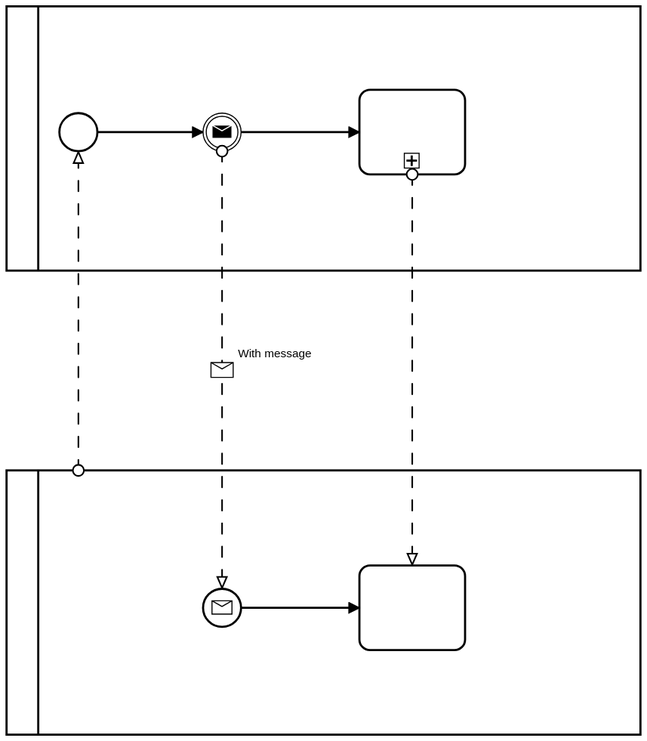
Before: bpmn-files/all_message_flow_types.svg, a diagram exported from BPMN (beidesons/beidesons). Its source is kept beside it as bpmn-files/all_message_flow_types.bpmn. Ids are renumbered. Its diagram source:
```xml
<bpmn:definitions xmlns:xsi="http://www.w3.org/2001/XMLSchema-instance" xmlns:bpmn="http://www.omg.org/spec/BPMN/20100524/MODEL" xmlns:bpmndi="http://www.omg.org/spec/BPMN/20100524/DI" xmlns:dc="http://www.omg.org/spec/DD/20100524/DC" xmlns:di="http://www.omg.org/spec/DD/20100524/DI" id="Definitions_n1" targetNamespace="http://bpmn.io/schema/bpmn" exporter="bpmn-js (https://demo.bpmn.io)" exporterVersion="7.2.0">
  <bpmn:message id="Message_1" />
  <bpmn:collaboration id="Collaboration_n2">
    <bpmn:participant id="Participant_n3" processRef="Process_n4" />
    <bpmn:participant id="Participant_n5" processRef="Process_n6" />
    <bpmn:messageFlow id="Flow_n7" sourceRef="Participant_n5" targetRef="StartEvent_n8" />
    <bpmn:messageFlow id="Flow_n9" sourceRef="Activity_n10" targetRef="Activity_n11" />
    <bpmn:messageFlow id="Flow_n12" name="With message" sourceRef="Event_n13" targetRef="Event_n14" messageRef="Message_1" />
  </bpmn:collaboration>
  <bpmn:process id="Process_n4" isExecutable="false">
    <bpmn:startEvent id="StartEvent_n8">
      <bpmn:outgoing>Flow_n15</bpmn:outgoing>
    </bpmn:startEvent>
    <bpmn:intermediateThrowEvent id="Event_n13">
      <bpmn:incoming>Flow_n15</bpmn:incoming>
      <bpmn:outgoing>Flow_n16</bpmn:outgoing>
      <bpmn:messageEventDefinition id="MessageEventDefinition_n17" />
    </bpmn:intermediateThrowEvent>
    <bpmn:subProcess id="Activity_n10">
      <bpmn:incoming>Flow_n16</bpmn:incoming>
    </bpmn:subProcess>
    <bpmn:sequenceFlow id="Flow_n15" sourceRef="StartEvent_n8" targetRef="Event_n13" />
    <bpmn:sequenceFlow id="Flow_n16" sourceRef="Event_n13" targetRef="Activity_n10" />
  </bpmn:process>
  <bpmn:process id="Process_n6">
    <bpmn:task id="Activity_n11">
      <bpmn:incoming>Flow_n18</bpmn:incoming>
    </bpmn:task>
    <bpmn:startEvent id="Event_n14">
      <bpmn:outgoing>Flow_n18</bpmn:outgoing>
      <bpmn:messageEventDefinition id="MessageEventDefinition_n19" />
    </bpmn:startEvent>
    <bpmn:sequenceFlow id="Flow_n18" sourceRef="Event_n14" targetRef="Activity_n11" />
  </bpmn:process>
  <bpmndi:BPMNDiagram id="BPMNDiagram_1">
    <bpmndi:BPMNPlane id="BPMNPlane_1" bpmnElement="Collaboration_n2">
      <bpmndi:BPMNShape id="Participant_n3_di" bpmnElement="Participant_n3" isHorizontal="true">
        <dc:Bounds x="156" y="61" width="600" height="250" />
      </bpmndi:BPMNShape>
      <bpmndi:BPMNEdge id="Flow_n16_di" bpmnElement="Flow_n16">
        <di:waypoint x="378" y="180" />
        <di:waypoint x="490" y="180" />
      </bpmndi:BPMNEdge>
      <bpmndi:BPMNEdge id="Flow_n15_di" bpmnElement="Flow_n15">
        <di:waypoint x="242" y="180" />
        <di:waypoint x="342" y="180" />
      </bpmndi:BPMNEdge>
      <bpmndi:BPMNShape id="_BPMNShape_StartEvent_2" bpmnElement="StartEvent_n8">
        <dc:Bounds x="206" y="162" width="36" height="36" />
      </bpmndi:BPMNShape>
      <bpmndi:BPMNShape id="Event_0nzdg36_di" bpmnElement="Event_n13">
        <dc:Bounds x="342" y="162" width="36" height="36" />
      </bpmndi:BPMNShape>
      <bpmndi:BPMNShape id="Activity_11zco59_di" bpmnElement="Activity_n10">
        <dc:Bounds x="490" y="140" width="100" height="80" />
      </bpmndi:BPMNShape>
      <bpmndi:BPMNShape id="Participant_n5_di" bpmnElement="Participant_n5" isHorizontal="true">
        <dc:Bounds x="156" y="500" width="600" height="250" />
      </bpmndi:BPMNShape>
      <bpmndi:BPMNEdge id="Flow_n18_di" bpmnElement="Flow_n18">
        <di:waypoint x="378" y="630" />
        <di:waypoint x="490" y="630" />
      </bpmndi:BPMNEdge>
      <bpmndi:BPMNShape id="Activity_n11_di" bpmnElement="Activity_n11">
        <dc:Bounds x="490" y="590" width="100" height="80" />
      </bpmndi:BPMNShape>
      <bpmndi:BPMNShape id="Event_1yp3bjd_di" bpmnElement="Event_n14">
        <dc:Bounds x="342" y="612" width="36" height="36" />
      </bpmndi:BPMNShape>
      <bpmndi:BPMNEdge id="Flow_n7_di" bpmnElement="Flow_n7">
        <di:waypoint x="224" y="500" />
        <di:waypoint x="224" y="198" />
      </bpmndi:BPMNEdge>
      <bpmndi:BPMNEdge id="Flow_n9_di" bpmnElement="Flow_n9">
        <di:waypoint x="540" y="220" />
        <di:waypoint x="540" y="590" />
      </bpmndi:BPMNEdge>
      <bpmndi:BPMNEdge id="Flow_n12_di" bpmnElement="Flow_n12">
        <di:waypoint x="360" y="198" />
        <di:waypoint x="360" y="612" />
        <bpmndi:BPMNLabel>
          <dc:Bounds x="375" y="383" width="70" height="14" />
        </bpmndi:BPMNLabel>
      </bpmndi:BPMNEdge>
    </bpmndi:BPMNPlane>
  </bpmndi:BPMNDiagram>
</bpmn:definitions>
```
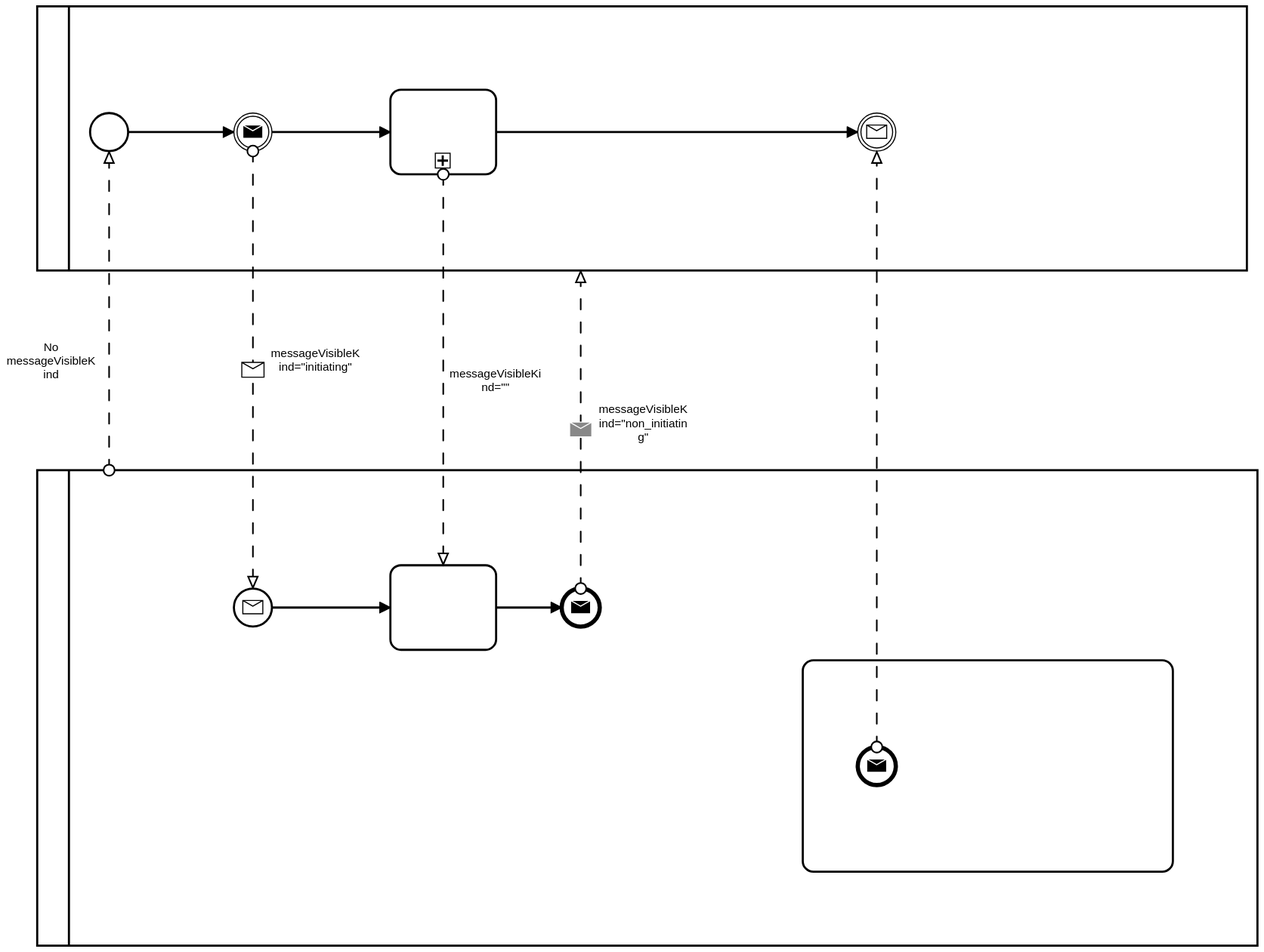
The same file after the commit.

Commit message:
Update diagram for message flows (#8)

The edit, as a diff of the source:
```diff
@@ -3,9 +3,11 @@
   <bpmn:collaboration id="Collaboration_n2">
     <bpmn:participant id="Participant_n3" processRef="Process_n4" />
     <bpmn:participant id="Participant_n5" processRef="Process_n6" />
-    <bpmn:messageFlow id="Flow_n7" sourceRef="Participant_n5" targetRef="StartEvent_n8" />
-    <bpmn:messageFlow id="Flow_n9" sourceRef="Activity_n10" targetRef="Activity_n11" />
-    <bpmn:messageFlow id="Flow_n12" name="With message" sourceRef="Event_n13" targetRef="Event_n14" messageRef="Message_1" />
+    <bpmn:messageFlow id="Flow_no_messageVisibleKind" name="No messageVisibleKind" sourceRef="Participant_n5" targetRef="StartEvent_n8" messageRef="Message_1" />
+    <bpmn:messageFlow id="Flow_empty_messageVisibleKind" name="messageVisibleKind=&#34;&#34;" sourceRef="Activity_n10" targetRef="Activity_n11" messageRef="Message_1" />
+    <bpmn:messageFlow id="Flow_initiating_messageVisibleKind" name="messageVisibleKind=&#34;initiating&#34;" sourceRef="Event_n13" targetRef="Event_n14" messageRef="Message_1" />
+    <bpmn:messageFlow id="Flow_non_initiating_messageVisibleKind" name="messageVisibleKind=&#34;non_initiating&#34;" sourceRef="Event_n20" targetRef="Participant_n3" messageRef="Message_1" />
+    <bpmn:messageFlow id="Flow_n21" sourceRef="Event_n22" targetRef="Event_n23" />
   </bpmn:collaboration>
   <bpmn:process id="Process_n4" isExecutable="false">
     <bpmn:startEvent id="StartEvent_n8">
@@ -18,24 +20,41 @@
     </bpmn:intermediateThrowEvent>
     <bpmn:subProcess id="Activity_n10">
       <bpmn:incoming>Flow_n16</bpmn:incoming>
+      <bpmn:outgoing>Flow_n24</bpmn:outgoing>
     </bpmn:subProcess>
     <bpmn:sequenceFlow id="Flow_n15" sourceRef="StartEvent_n8" targetRef="Event_n13" />
     <bpmn:sequenceFlow id="Flow_n16" sourceRef="Event_n13" targetRef="Activity_n10" />
+    <bpmn:sequenceFlow id="Flow_n24" sourceRef="Activity_n10" targetRef="Event_n23" />
+    <bpmn:intermediateCatchEvent id="Event_n23">
+      <bpmn:incoming>Flow_n24</bpmn:incoming>
+      <bpmn:messageEventDefinition id="MessageEventDefinition_n25" />
+    </bpmn:intermediateCatchEvent>
   </bpmn:process>
   <bpmn:process id="Process_n6">
     <bpmn:task id="Activity_n11">
       <bpmn:incoming>Flow_n18</bpmn:incoming>
+      <bpmn:outgoing>Flow_n26</bpmn:outgoing>
     </bpmn:task>
     <bpmn:startEvent id="Event_n14">
       <bpmn:outgoing>Flow_n18</bpmn:outgoing>
       <bpmn:messageEventDefinition id="MessageEventDefinition_n19" />
     </bpmn:startEvent>
     <bpmn:sequenceFlow id="Flow_n18" sourceRef="Event_n14" targetRef="Activity_n11" />
+    <bpmn:sequenceFlow id="Flow_n26" sourceRef="Activity_n11" targetRef="Event_n20" />
+    <bpmn:endEvent id="Event_n20">
+      <bpmn:incoming>Flow_n26</bpmn:incoming>
+      <bpmn:messageEventDefinition id="MessageEventDefinition_n27" />
+    </bpmn:endEvent>
+    <bpmn:subProcess id="Activity_n28">
+      <bpmn:endEvent id="Event_n22">
+        <bpmn:messageEventDefinition id="MessageEventDefinition_n29" />
+      </bpmn:endEvent>
+    </bpmn:subProcess>
   </bpmn:process>
   <bpmndi:BPMNDiagram id="BPMNDiagram_1">
     <bpmndi:BPMNPlane id="BPMNPlane_1" bpmnElement="Collaboration_n2">
       <bpmndi:BPMNShape id="Participant_n3_di" bpmnElement="Participant_n3" isHorizontal="true">
-        <dc:Bounds x="156" y="61" width="600" height="250" />
+        <dc:Bounds x="156" y="61" width="1144" height="250" />
       </bpmndi:BPMNShape>
       <bpmndi:BPMNEdge id="Flow_n16_di" bpmnElement="Flow_n16">
         <di:waypoint x="378" y="180" />
@@ -45,18 +64,29 @@
         <di:waypoint x="242" y="180" />
         <di:waypoint x="342" y="180" />
       </bpmndi:BPMNEdge>
+      <bpmndi:BPMNEdge id="Flow_n24_di" bpmnElement="Flow_n24">
+        <di:waypoint x="590" y="180" />
+        <di:waypoint x="932" y="180" />
+      </bpmndi:BPMNEdge>
       <bpmndi:BPMNShape id="_BPMNShape_StartEvent_2" bpmnElement="StartEvent_n8">
         <dc:Bounds x="206" y="162" width="36" height="36" />
       </bpmndi:BPMNShape>
       <bpmndi:BPMNShape id="Event_0nzdg36_di" bpmnElement="Event_n13">
         <dc:Bounds x="342" y="162" width="36" height="36" />
       </bpmndi:BPMNShape>
+      <bpmndi:BPMNShape id="Event_068v8nq_di" bpmnElement="Event_n23">
+        <dc:Bounds x="932" y="162" width="36" height="36" />
+      </bpmndi:BPMNShape>
       <bpmndi:BPMNShape id="Activity_11zco59_di" bpmnElement="Activity_n10">
         <dc:Bounds x="490" y="140" width="100" height="80" />
       </bpmndi:BPMNShape>
       <bpmndi:BPMNShape id="Participant_n5_di" bpmnElement="Participant_n5" isHorizontal="true">
-        <dc:Bounds x="156" y="500" width="600" height="250" />
+        <dc:Bounds x="156" y="500" width="1154" height="450" />
       </bpmndi:BPMNShape>
+      <bpmndi:BPMNEdge id="Flow_n26_di" bpmnElement="Flow_n26">
+        <di:waypoint x="590" y="630" />
+        <di:waypoint x="652" y="630" />
+      </bpmndi:BPMNEdge>
       <bpmndi:BPMNEdge id="Flow_n18_di" bpmnElement="Flow_n18">
         <di:waypoint x="378" y="630" />
         <di:waypoint x="490" y="630" />
@@ -67,20 +97,46 @@
       <bpmndi:BPMNShape id="Event_1yp3bjd_di" bpmnElement="Event_n14">
         <dc:Bounds x="342" y="612" width="36" height="36" />
       </bpmndi:BPMNShape>
-      <bpmndi:BPMNEdge id="Flow_n7_di" bpmnElement="Flow_n7">
+      <bpmndi:BPMNShape id="Event_0ysy95y_di" bpmnElement="Event_n20">
+        <dc:Bounds x="652" y="612" width="36" height="36" />
+      </bpmndi:BPMNShape>
+      <bpmndi:BPMNShape id="Activity_n28_di" bpmnElement="Activity_n28" isExpanded="true">
+        <dc:Bounds x="880" y="680" width="350" height="200" />
+      </bpmndi:BPMNShape>
+      <bpmndi:BPMNShape id="Event_11iyebw_di" bpmnElement="Event_n22">
+        <dc:Bounds x="932" y="762" width="36" height="36" />
+      </bpmndi:BPMNShape>
+      <bpmndi:BPMNEdge id="Flow_no_messageVisibleKind_di" bpmnElement="Flow_no_messageVisibleKind">
         <di:waypoint x="224" y="500" />
         <di:waypoint x="224" y="198" />
+        <bpmndi:BPMNLabel>
+          <dc:Bounds x="127" y="377" width="85" height="40" />
+        </bpmndi:BPMNLabel>
       </bpmndi:BPMNEdge>
-      <bpmndi:BPMNEdge id="Flow_n9_di" bpmnElement="Flow_n9">
+      <bpmndi:BPMNEdge id="Flow_empty_messageVisibleKind_di" bpmnElement="Flow_empty_messageVisibleKind" messageVisibleKind="">
         <di:waypoint x="540" y="220" />
         <di:waypoint x="540" y="590" />
+        <bpmndi:BPMNLabel>
+          <dc:Bounds x="546" y="402" width="87" height="27" />
+        </bpmndi:BPMNLabel>
       </bpmndi:BPMNEdge>
-      <bpmndi:BPMNEdge id="Flow_n12_di" bpmnElement="Flow_n12">
+      <bpmndi:BPMNEdge id="Flow_initiating_messageVisibleKind_di" bpmnElement="Flow_initiating_messageVisibleKind" messageVisibleKind="initiating">
         <di:waypoint x="360" y="198" />
         <di:waypoint x="360" y="612" />
         <bpmndi:BPMNLabel>
-          <dc:Bounds x="375" y="383" width="70" height="14" />
+          <dc:Bounds x="377" y="383" width="85" height="27" />
         </bpmndi:BPMNLabel>
+      </bpmndi:BPMNEdge>
+      <bpmndi:BPMNEdge id="Flow_non_initiating_messageVisibleKind_di" bpmnElement="Flow_non_initiating_messageVisibleKind" messageVisibleKind="non-initiating">
+        <di:waypoint x="670" y="612" />
+        <di:waypoint x="670" y="311" />
+        <bpmndi:BPMNLabel>
+          <dc:Bounds x="687" y="436" width="85" height="40" />
+        </bpmndi:BPMNLabel>
+      </bpmndi:BPMNEdge>
+      <bpmndi:BPMNEdge id="Flow_n21_di" bpmnElement="Flow_n21">
+        <di:waypoint x="950" y="762" />
+        <di:waypoint x="950" y="198" />
       </bpmndi:BPMNEdge>
     </bpmndi:BPMNPlane>
   </bpmndi:BPMNDiagram>
```
